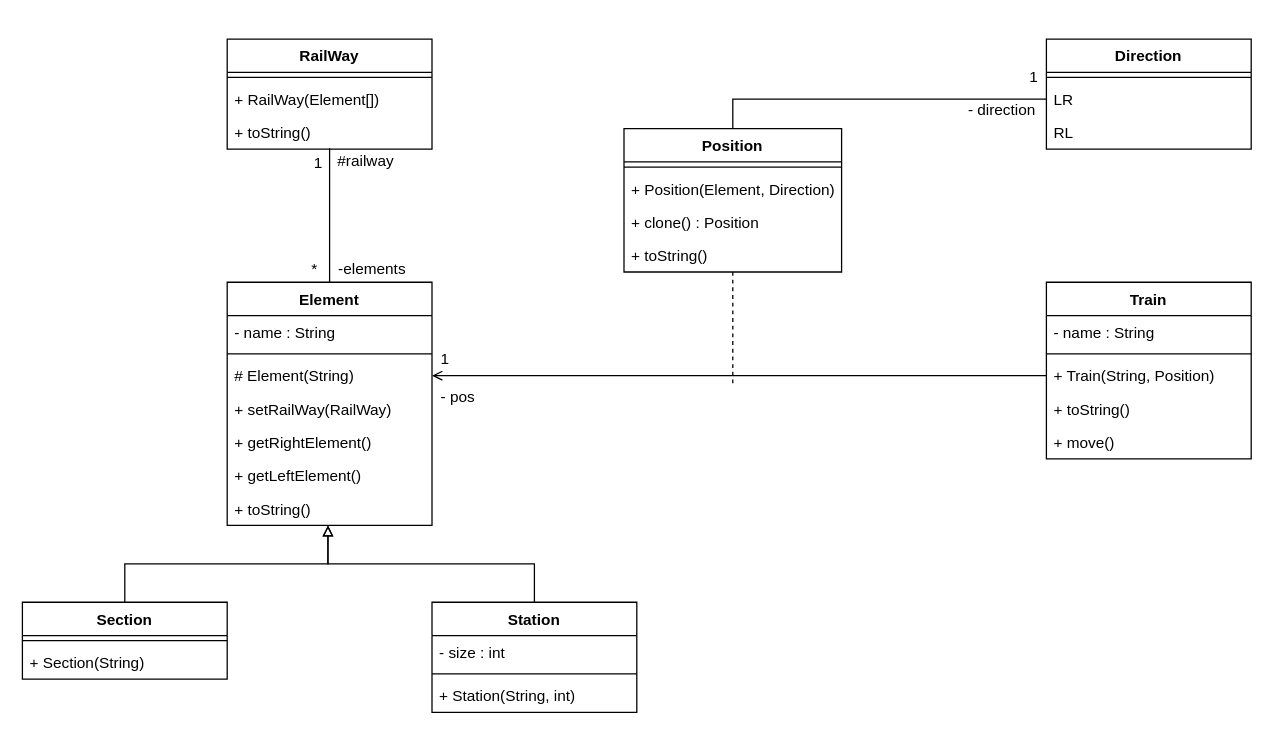
Earlier version of the draw.io diagram Diagramme q1_2.drawio (remiCzn/trains). Source tidied: cells renumbered, new cells numbered last; positions are measured from the earlier drawing's top-left corner, leaving out a move shared by most shapes. Both pictures are drawn from the tidied source at 128%, with x=0, y=0 at pixel (22, 38).
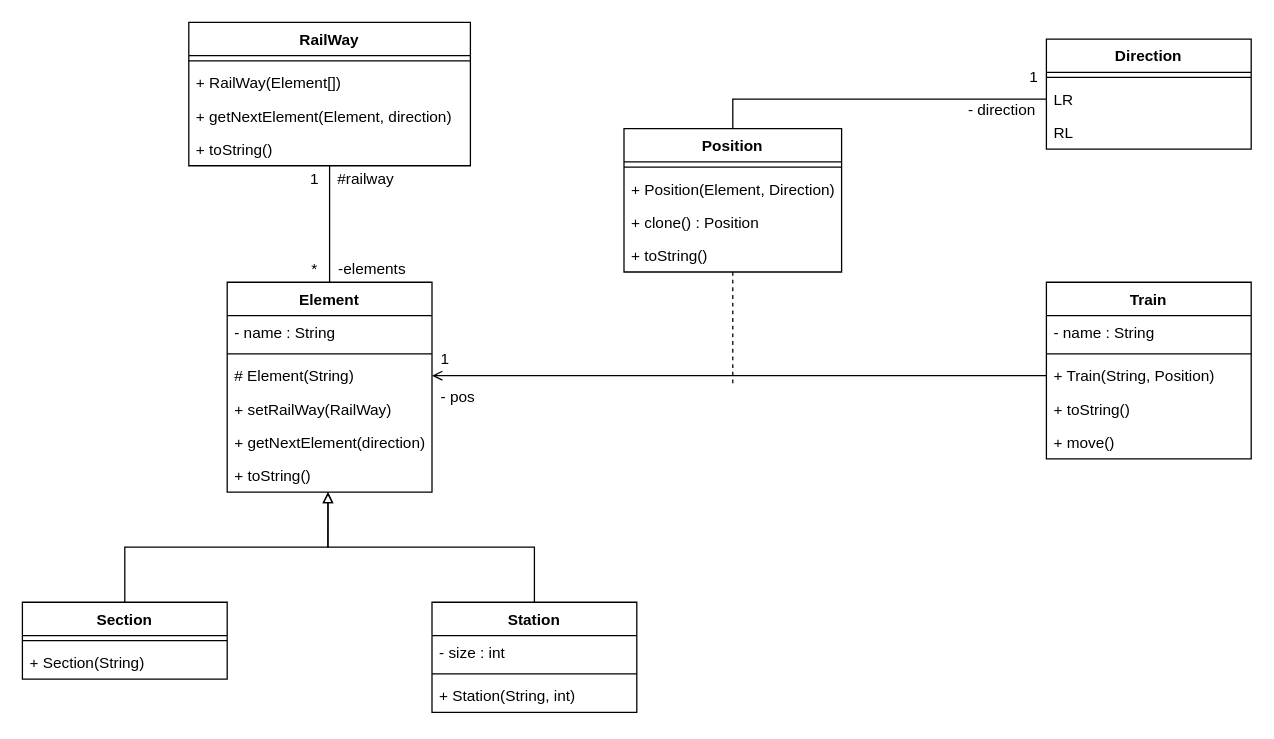
The same diagram, later.

Diff of the diagram source:
```diff
@@
     <mxCell id="2" value="RailWay" style="swimlane;fontStyle=1;align=center;verticalAlign=top;horizontal=1;startSize=26;" parent="1" vertex="1">
-      <mxGeometry x="160" width="160" height="86" as="geometry" />
+      <mxGeometry x="130" y="-13" width="220" height="112" as="geometry" />
     </mxCell>
     <mxCell id="3" style="line;strokeWidth=1;fillColor=none;align=left;verticalAlign=middle;spacingTop=-1;spacingLeft=3;spacingRight=3;labelPosition=right;" parent="2" vertex="1">
-      <mxGeometry y="26" width="160" height="8" as="geometry" />
+      <mxGeometry y="26" width="220" height="8" as="geometry" />
     </mxCell>
     <mxCell id="4" value="+ RailWay(Element[])" style="text;strokeColor=none;fillColor=none;align=left;verticalAlign=top;spacingLeft=4;spacingRight=4;overflow=hidden;" parent="2" vertex="1">
-      <mxGeometry y="34" width="160" height="26" as="geometry" />
+      <mxGeometry y="34" width="220" height="26" as="geometry" />
     </mxCell>
+    <mxCell id="50" value="+ getNextElement(Element, direction)" style="text;strokeColor=none;fillColor=none;align=left;verticalAlign=top;spacingLeft=4;spacingRight=4;overflow=hidden;" parent="2" vertex="1">
+      <mxGeometry y="60" width="220" height="26" as="geometry" />
+    </mxCell>
     <mxCell id="5" value="+ toString()" style="text;strokeColor=none;fillColor=none;align=left;verticalAlign=top;spacingLeft=4;spacingRight=4;overflow=hidden;points=[[0,0.5],[1,0.5]];portConstraint=eastwest;" parent="2" vertex="1">
-      <mxGeometry y="60" width="160" height="26" as="geometry" />
+      <mxGeometry y="86" width="220" height="26" as="geometry" />
     </mxCell>
@@
     <mxCell id="7" value="Element" style="swimlane;fontStyle=1;align=center;verticalAlign=top;horizontal=1;startSize=26;" parent="1" vertex="1">
-      <mxGeometry x="160" y="190" width="160" height="190" as="geometry" />
+      <mxGeometry x="160" y="190" width="160" height="164" as="geometry" />
     </mxCell>
@@
-    <mxCell id="12" value="+ getRightElement()" style="text;strokeColor=none;fillColor=none;align=left;verticalAlign=top;spacingLeft=4;spacingRight=4;overflow=hidden;" parent="7" vertex="1">
+    <mxCell id="12" value="+ getNextElement(direction)" style="text;strokeColor=none;fillColor=none;align=left;verticalAlign=top;spacingLeft=4;spacingRight=4;overflow=hidden;" parent="7" vertex="1">
       <mxGeometry y="112" width="160" height="26" as="geometry" />
     </mxCell>
-    <mxCell id="13" value="+ getLeftElement()" style="text;strokeColor=none;fillColor=none;align=left;verticalAlign=top;spacingLeft=4;spacingRight=4;overflow=hidden;" parent="7" vertex="1">
-      <mxGeometry y="138" width="160" height="26" as="geometry" />
-    </mxCell>
     <mxCell id="14" value="+ toString()" style="text;strokeColor=none;fillColor=none;align=left;verticalAlign=top;spacingLeft=4;spacingRight=4;overflow=hidden;points=[[0,0.5],[1,0.5]];portConstraint=eastwest;" parent="7" vertex="1">
-      <mxGeometry y="164" width="160" height="26" as="geometry" />
+      <mxGeometry y="138" width="160" height="26" as="geometry" />
     </mxCell>
@@
     <mxCell id="41" value="#railway" style="text;html=1;align=center;verticalAlign=middle;" parent="1" vertex="1">
-      <mxGeometry x="238" y="86" width="60" height="20" as="geometry" />
+      <mxGeometry x="238" y="100" width="60" height="20" as="geometry" />
     </mxCell>
     <mxCell id="42" value="1" style="text;html=1;align=center;verticalAlign=middle;" parent="1" vertex="1">
-      <mxGeometry x="221" y="87" width="20" height="20" as="geometry" />
+      <mxGeometry x="218" y="100" width="20" height="20" as="geometry" />
     </mxCell>
```
